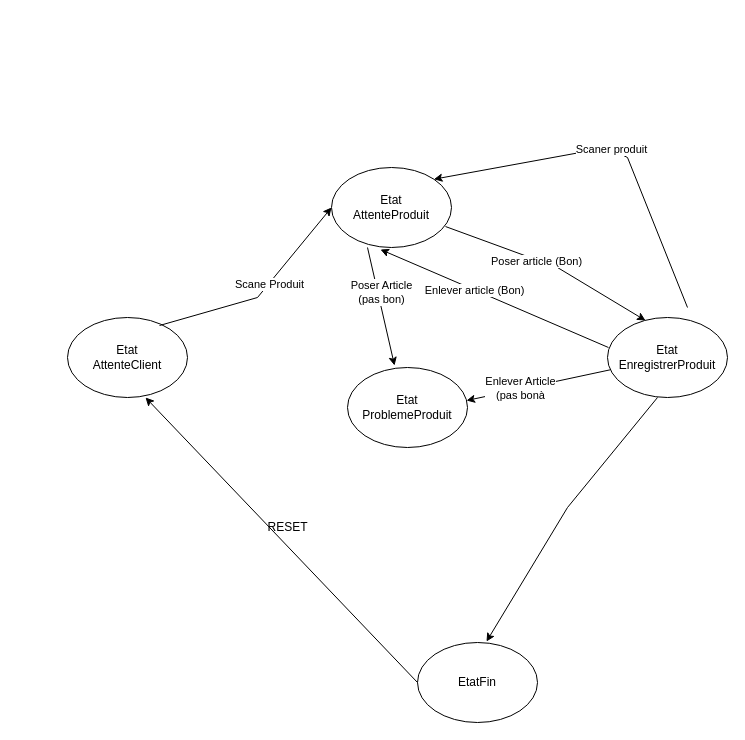
The draw.io diagram Diagramme sans nom.drawio in DamienChabret/Automate_CaisseAutomatique, before the edit. Source tidied: cells renumbered, new cells numbered last; positions are measured from the earlier drawing's top-left corner, leaving out a move shared by most shapes. Both pictures are drawn from the tidied source at 100%, with x=0, y=0 at pixel (67, 147).
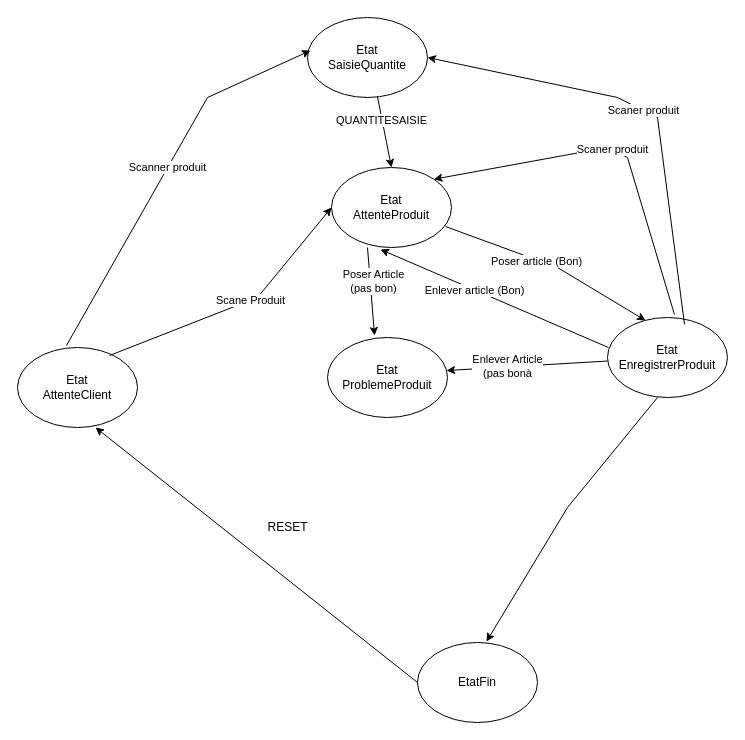
After the change.

Commit message:
Mettre à jour Diagramme sans nom.drawio

The change refers to these unchanged cells:
```xml
<mxCell id="3" value="Etat&lt;br&gt;AttenteProduit" style="ellipse;whiteSpace=wrap;html=1;" parent="1" vertex="1">
  <mxGeometry x="264" y="20" width="120" height="80" as="geometry" />
</mxCell>
<mxCell id="4" value="Etat&lt;br&gt;EnregistrerProduit" style="ellipse;whiteSpace=wrap;html=1;" parent="1" vertex="1">
  <mxGeometry x="540" y="170" width="120" height="80" as="geometry" />
</mxCell>
```

The edit, as a diff of the source:
```diff
@@
     <mxCell id="2" value="Etat&lt;br&gt;AttenteClient" style="ellipse;whiteSpace=wrap;html=1;" parent="1" vertex="1">
-      <mxGeometry y="170" width="120" height="80" as="geometry" />
+      <mxGeometry x="-50" y="200" width="120" height="80" as="geometry" />
     </mxCell>
@@
     <mxCell id="5" value="Etat&lt;br&gt;ProblemeProduit" style="ellipse;whiteSpace=wrap;html=1;" parent="1" vertex="1">
-      <mxGeometry x="280" y="220" width="120" height="80" as="geometry" />
+      <mxGeometry x="260" y="190" width="120" height="80" as="geometry" />
     </mxCell>
@@
-    <mxCell id="9" value="Scaner produit&lt;br&gt;" style="endArrow=classic;html=1;rounded=0;entryX=1;entryY=0;entryDx=0;entryDy=0;" parent="1" edge="1" target="3">
+    <mxCell id="9" value="Scaner produit&lt;br&gt;" style="endArrow=classic;html=1;rounded=0;entryX=1;entryY=0;entryDx=0;entryDy=0;exitX=0.558;exitY=-0.037;exitDx=0;exitDy=0;exitPerimeter=0;" parent="1" edge="1" source="4" target="3">
       <mxGeometry relative="1" as="geometry">
-        <mxPoint x="620" y="160" as="sourcePoint" />
         <Array as="points">
           <mxPoint x="560" y="10" />
           <mxPoint x="540" />
         </Array>
       </mxGeometry>
     </mxCell>
@@
+    <mxCell id="21" value="Etat&lt;br&gt;SaisieQuantite&lt;br&gt;" style="ellipse;whiteSpace=wrap;html=1;" parent="1" vertex="1">
+      <mxGeometry x="240" y="-130" width="120" height="80" as="geometry" />
+    </mxCell>
+    <mxCell id="22" style="endArrow=classic;html=1;rounded=0;entryX=0.025;entryY=0.413;entryDx=0;entryDy=0;entryPerimeter=0;exitX=0.408;exitY=-0.025;exitDx=0;exitDy=0;exitPerimeter=0;" parent="1" edge="1" source="2" target="21">
+      <mxGeometry relative="1" as="geometry">
+        <Array as="points">
+          <mxPoint x="140" y="-50" />
+        </Array>
+      </mxGeometry>
+    </mxCell>
+    <mxCell id="23" value="Scanner produit&lt;br&gt;" style="edgeLabel;html=1;align=center;verticalAlign=middle;" parent="22" vertex="1">
+      <mxGeometry x="0.03" y="1" relative="1" as="geometry" />
+    </mxCell>
+    <mxCell id="24" value="Scaner produit&lt;br&gt;" style="endArrow=classic;html=1;rounded=0;entryX=1;entryY=0.5;entryDx=0;entryDy=0;exitX=0.558;exitY=-0.037;exitDx=0;exitDy=0;exitPerimeter=0;" parent="1" edge="1" target="21">
+      <mxGeometry relative="1" as="geometry">
+        <mxPoint x="617" y="177" as="sourcePoint" />
+        <Array as="points">
+          <mxPoint x="590" y="-30" />
+          <mxPoint x="550" y="-50" />
+        </Array>
+      </mxGeometry>
+    </mxCell>
+    <mxCell id="25" style="endArrow=classic;html=1;rounded=0;exitX=0.583;exitY=0.988;exitDx=0;exitDy=0;exitPerimeter=0;entryX=0.5;entryY=0;entryDx=0;entryDy=0;" parent="1" edge="1" source="21" target="3">
+      <mxGeometry relative="1" as="geometry" />
+    </mxCell>
+    <mxCell id="26" value="QUANTITESAISIE&lt;br&gt;" style="edgeLabel;html=1;align=center;verticalAlign=middle;" parent="25" vertex="1">
+      <mxGeometry x="-0.34" y="-1" relative="1" as="geometry" />
+    </mxCell>
```
